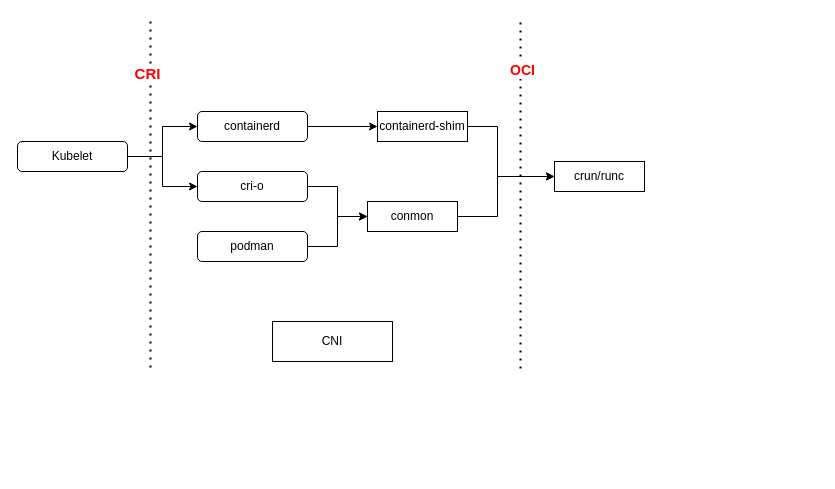
Before: container-management.drawio in sriramy/drawio, a draw.io diagram. Source tidied: cells renumbered, new cells numbered last; positions are measured from the earlier drawing's top-left corner, leaving out a move shared by most shapes. Both pictures are drawn from the tidied source at 100%, with x=0, y=0 at pixel (17, 18).
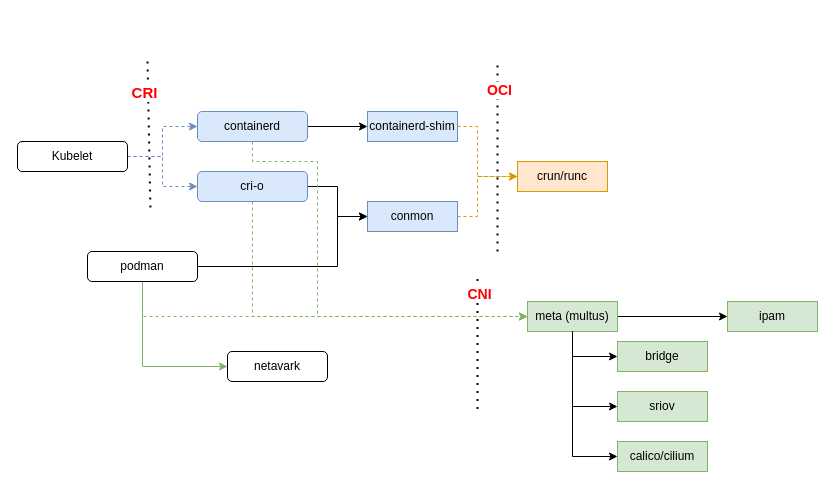
Above is the later version.

Unchanged cells that the change refers to:
```xml
<mxCell id="4" value="Kubelet" style="rounded=1;whiteSpace=wrap;html=1;" parent="1" vertex="1">
  <mxGeometry y="123" width="110" height="30" as="geometry" />
</mxCell>
```

The edit, as a diff of the source:
```diff
@@
-    <mxCell id="2" style="edgeStyle=orthogonalEdgeStyle;rounded=0;jettySize=auto;html=1;entryX=0;entryY=0.5;entryDx=0;entryDy=0;" parent="1" edge="1" source="4" target="8">
+    <mxCell id="2" style="edgeStyle=orthogonalEdgeStyle;rounded=0;jettySize=auto;html=1;entryX=0;entryY=0.5;entryDx=0;entryDy=0;dashed=1;fillColor=#dae8fc;strokeColor=#6c8ebf;" parent="1" edge="1" source="4" target="8">
       <mxGeometry relative="1" as="geometry" />
     </mxCell>
-    <mxCell id="3" style="edgeStyle=orthogonalEdgeStyle;rounded=0;jettySize=auto;html=1;entryX=0;entryY=0.5;entryDx=0;entryDy=0;" parent="1" edge="1" source="4" target="6">
+    <mxCell id="3" style="edgeStyle=orthogonalEdgeStyle;rounded=0;jettySize=auto;html=1;entryX=0;entryY=0.5;entryDx=0;entryDy=0;dashed=1;fillColor=#dae8fc;strokeColor=#6c8ebf;" parent="1" edge="1" source="4" target="6">
       <mxGeometry relative="1" as="geometry" />
     </mxCell>
@@
+    <mxCell id="21" style="edgeStyle=orthogonalEdgeStyle;rounded=0;jettySize=auto;html=1;entryX=0;entryY=0.5;entryDx=0;entryDy=0;exitX=0.5;exitY=1;exitDx=0;exitDy=0;fillColor=#d5e8d4;strokeColor=#82b366;dashed=1;" parent="1" edge="1" source="6" target="28">
+      <mxGeometry relative="1" as="geometry" />
+    </mxCell>
-    <mxCell id="6" value="cri-o" style="rounded=1;whiteSpace=wrap;html=1;" parent="1" vertex="1">
+    <mxCell id="6" value="cri-o" style="rounded=1;whiteSpace=wrap;html=1;fillColor=#dae8fc;strokeColor=#6c8ebf;" parent="1" vertex="1">
       <mxGeometry x="180" y="153" width="110" height="30" as="geometry" />
     </mxCell>
@@
+    <mxCell id="22" style="edgeStyle=orthogonalEdgeStyle;rounded=0;jettySize=auto;html=1;entryX=0;entryY=0.5;entryDx=0;entryDy=0;exitX=0.5;exitY=1;exitDx=0;exitDy=0;fillColor=#d5e8d4;strokeColor=#82b366;dashed=1;" parent="1" edge="1" source="8" target="28">
+      <mxGeometry relative="1" as="geometry">
+        <Array as="points">
+          <mxPoint x="235" y="143" />
+          <mxPoint x="300" y="143" />
+          <mxPoint x="300" y="298" />
+        </Array>
+      </mxGeometry>
+    </mxCell>
-    <mxCell id="8" value="containerd" style="rounded=1;whiteSpace=wrap;html=1;" parent="1" vertex="1">
+    <mxCell id="8" value="containerd" style="rounded=1;whiteSpace=wrap;html=1;fillColor=#dae8fc;strokeColor=#6c8ebf;" parent="1" vertex="1">
       <mxGeometry x="180" y="93" width="110" height="30" as="geometry" />
     </mxCell>
     <mxCell id="9" style="edgeStyle=orthogonalEdgeStyle;rounded=0;jettySize=auto;html=1;entryX=0;entryY=0.5;entryDx=0;entryDy=0;exitX=1;exitY=0.5;exitDx=0;exitDy=0;" parent="1" edge="1" source="10" target="13">
       <mxGeometry relative="1" as="geometry">
         <Array as="points">
-          <mxPoint x="320" y="228" />
+          <mxPoint x="320" y="248" />
           <mxPoint x="320" y="198" />
         </Array>
       </mxGeometry>
     </mxCell>
+    <mxCell id="23" style="edgeStyle=orthogonalEdgeStyle;rounded=0;jettySize=auto;html=1;entryX=0;entryY=0.5;entryDx=0;entryDy=0;fillColor=#d5e8d4;strokeColor=#82b366;dashed=1;" parent="1" edge="1" source="10" target="28">
+      <mxGeometry relative="1" as="geometry">
+        <Array as="points">
+          <mxPoint x="125" y="298" />
+        </Array>
+      </mxGeometry>
+    </mxCell>
+    <mxCell id="24" style="edgeStyle=orthogonalEdgeStyle;rounded=0;jettySize=auto;html=1;entryX=0;entryY=0.5;entryDx=0;entryDy=0;exitX=0.5;exitY=1;exitDx=0;exitDy=0;fillColor=#d5e8d4;strokeColor=#82b366;" parent="1" edge="1" source="10" target="35">
+      <mxGeometry relative="1" as="geometry" />
+    </mxCell>
     <mxCell id="10" value="podman" style="rounded=1;whiteSpace=wrap;html=1;" parent="1" vertex="1">
-      <mxGeometry x="180" y="213" width="110" height="30" as="geometry" />
+      <mxGeometry x="70" y="233" width="110" height="30" as="geometry" />
     </mxCell>
-    <mxCell id="11" value="CNI" style="rounded=0;whiteSpace=wrap;html=1;" parent="1" vertex="1">
-      <mxGeometry x="255" y="303" width="120" height="40" as="geometry" />
-    </mxCell>
-    <mxCell id="12" style="edgeStyle=orthogonalEdgeStyle;rounded=0;jettySize=auto;html=1;entryX=0;entryY=0.5;entryDx=0;entryDy=0;" parent="1" edge="1" source="13" target="16">
+    <mxCell id="12" style="edgeStyle=orthogonalEdgeStyle;rounded=0;jettySize=auto;html=1;entryX=0;entryY=0.5;entryDx=0;entryDy=0;dashed=1;fillColor=#ffe6cc;strokeColor=#d79b00;" parent="1" edge="1" source="13" target="16">
       <mxGeometry relative="1" as="geometry">
         <Array as="points">
-          <mxPoint x="480" y="198" />
-          <mxPoint x="480" y="158" />
+          <mxPoint x="460" y="198" />
+          <mxPoint x="460" y="158" />
         </Array>
       </mxGeometry>
     </mxCell>
-    <mxCell id="13" value="conmon" style="rounded=0;whiteSpace=wrap;html=1;" parent="1" vertex="1">
+    <mxCell id="13" value="conmon" style="rounded=0;whiteSpace=wrap;html=1;fillColor=#dae8fc;strokeColor=#6c8ebf;" parent="1" vertex="1">
       <mxGeometry x="350" y="183" width="90" height="30" as="geometry" />
     </mxCell>
-    <mxCell id="14" style="edgeStyle=orthogonalEdgeStyle;rounded=0;jettySize=auto;html=1;exitX=1;exitY=0.5;exitDx=0;exitDy=0;" parent="1" edge="1" source="15" target="16">
+    <mxCell id="14" style="edgeStyle=orthogonalEdgeStyle;rounded=0;jettySize=auto;html=1;exitX=1;exitY=0.5;exitDx=0;exitDy=0;dashed=1;fillColor=#ffe6cc;strokeColor=#d79b00;" parent="1" edge="1" source="15" target="16">
       <mxGeometry relative="1" as="geometry">
         <Array as="points">
-          <mxPoint x="480" y="108" />
-          <mxPoint x="480" y="158" />
+          <mxPoint x="460" y="108" />
+          <mxPoint x="460" y="158" />
         </Array>
       </mxGeometry>
     </mxCell>
-    <mxCell id="15" value="containerd-shim" style="rounded=0;whiteSpace=wrap;html=1;" parent="1" vertex="1">
-      <mxGeometry x="360" y="93" width="90" height="30" as="geometry" />
+    <mxCell id="15" value="containerd-shim" style="rounded=0;whiteSpace=wrap;html=1;fillColor=#dae8fc;strokeColor=#6c8ebf;" parent="1" vertex="1">
+      <mxGeometry x="350" y="93" width="90" height="30" as="geometry" />
     </mxCell>
-    <mxCell id="16" value="crun/runc" style="rounded=0;whiteSpace=wrap;html=1;" parent="1" vertex="1">
-      <mxGeometry x="537" y="143" width="90" height="30" as="geometry" />
+    <mxCell id="16" value="crun/runc" style="rounded=0;whiteSpace=wrap;html=1;fillColor=#ffe6cc;strokeColor=#d79b00;" parent="1" vertex="1">
+      <mxGeometry x="500" y="143" width="90" height="30" as="geometry" />
     </mxCell>
     <mxCell id="17" style="endArrow=none;dashed=1;html=1;dashPattern=1 3;strokeWidth=2;rounded=0;" parent="1" edge="1">
       <mxGeometry relative="1" as="geometry">
-        <mxPoint x="133" y="3" as="sourcePoint" />
-        <mxPoint x="133" y="353" as="targetPoint" />
+        <mxPoint x="130" y="43" as="sourcePoint" />
+        <mxPoint x="133" y="193" as="targetPoint" />
       </mxGeometry>
     </mxCell>
@@
     <mxCell id="19" style="endArrow=none;dashed=1;html=1;dashPattern=1 3;strokeWidth=2;rounded=0;" parent="1" edge="1">
       <mxGeometry relative="1" as="geometry">
-        <mxPoint x="503" y="350" as="sourcePoint" />
-        <mxPoint x="503" as="targetPoint" />
+        <mxPoint x="480" y="233" as="sourcePoint" />
+        <mxPoint x="480" y="43" as="targetPoint" />
       </mxGeometry>
     </mxCell>
@@
+    <mxCell id="25" style="endArrow=none;dashed=1;html=1;dashPattern=1 3;strokeWidth=2;rounded=0;" parent="1" edge="1">
+      <mxGeometry relative="1" as="geometry">
+        <mxPoint x="460" y="390.5" as="sourcePoint" />
+        <mxPoint x="460" y="255.5" as="targetPoint" />
+      </mxGeometry>
+    </mxCell>
+    <mxCell id="11" value="&lt;b&gt;&lt;font color=&quot;#ff0000&quot; style=&quot;font-size: 14px;&quot;&gt;CNI&lt;/font&gt;&lt;/b&gt;" style="edgeLabel;html=1;align=center;verticalAlign=middle;" parent="25" vertex="1">
+      <mxGeometry x="0.71" y="-1" relative="1" as="geometry" />
+    </mxCell>
+    <mxCell id="26" style="edgeStyle=orthogonalEdgeStyle;rounded=0;jettySize=auto;html=1;entryX=0;entryY=0.5;entryDx=0;entryDy=0;" parent="1" edge="1" source="28" target="29">
+      <mxGeometry relative="1" as="geometry" />
+    </mxCell>
+    <mxCell id="27" style="edgeStyle=orthogonalEdgeStyle;rounded=0;jettySize=auto;html=1;entryX=0;entryY=0.5;entryDx=0;entryDy=0;" parent="1" edge="1" source="28" target="30">
+      <mxGeometry relative="1" as="geometry" />
+    </mxCell>
+    <mxCell id="28" value="meta (multus)" style="rounded=0;whiteSpace=wrap;html=1;fillColor=#d5e8d4;strokeColor=#82b366;" parent="1" vertex="1">
+      <mxGeometry x="510" y="283" width="90" height="30" as="geometry" />
+    </mxCell>
+    <mxCell id="29" value="bridge" style="rounded=0;whiteSpace=wrap;html=1;fillColor=#d5e8d4;strokeColor=#82b366;" parent="1" vertex="1">
+      <mxGeometry x="600" y="323" width="90" height="30" as="geometry" />
+    </mxCell>
+    <mxCell id="30" value="ipam" style="rounded=0;whiteSpace=wrap;html=1;fillColor=#d5e8d4;strokeColor=#82b366;" parent="1" vertex="1">
+      <mxGeometry x="710" y="283" width="90" height="30" as="geometry" />
+    </mxCell>
+    <mxCell id="31" value="sriov" style="rounded=0;whiteSpace=wrap;html=1;fillColor=#d5e8d4;strokeColor=#82b366;" parent="1" vertex="1">
+      <mxGeometry x="600" y="373" width="90" height="30" as="geometry" />
+    </mxCell>
+    <mxCell id="32" value="calico/cilium" style="rounded=0;whiteSpace=wrap;html=1;fillColor=#d5e8d4;strokeColor=#82b366;" parent="1" vertex="1">
+      <mxGeometry x="600" y="423" width="90" height="30" as="geometry" />
+    </mxCell>
+    <mxCell id="33" style="edgeStyle=orthogonalEdgeStyle;rounded=0;jettySize=auto;html=1;entryX=0;entryY=0.5;entryDx=0;entryDy=0;exitX=0.5;exitY=1;exitDx=0;exitDy=0;" parent="1" edge="1" source="28" target="31">
+      <mxGeometry relative="1" as="geometry" />
+    </mxCell>
+    <mxCell id="34" style="edgeStyle=orthogonalEdgeStyle;rounded=0;jettySize=auto;html=1;entryX=0;entryY=0.5;entryDx=0;entryDy=0;exitX=0.5;exitY=1;exitDx=0;exitDy=0;" parent="1" edge="1" source="28" target="32">
+      <mxGeometry relative="1" as="geometry" />
+    </mxCell>
+    <mxCell id="35" value="netavark" style="rounded=1;whiteSpace=wrap;html=1;" parent="1" vertex="1">
+      <mxGeometry x="210" y="333" width="100" height="30" as="geometry" />
+    </mxCell>
```
